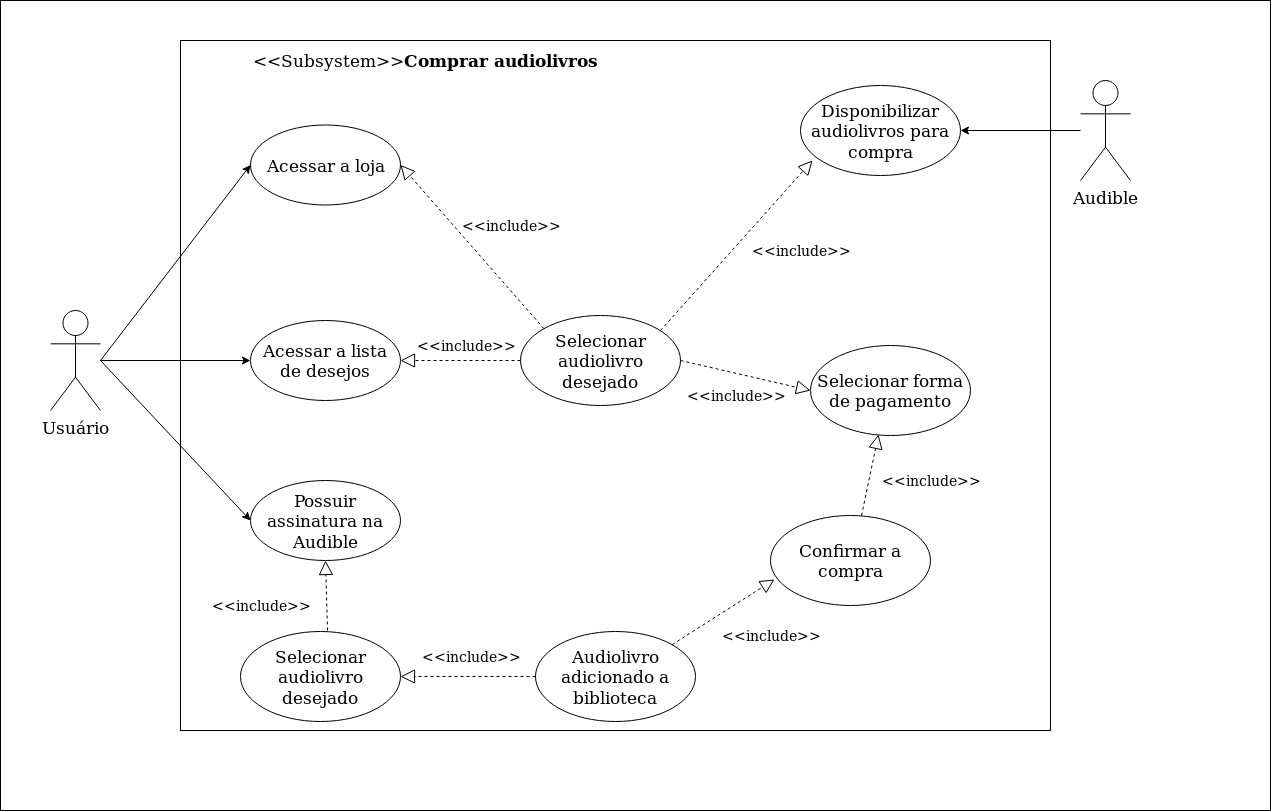
Above: CasosDeUso/UC2.png in Requisitos-de-Software/2019.2-Audible (draw.io), before the change. Source tidied: cells renumbered, new cells last; positions are measured from the earlier drawing's top-left corner, leaving out a move shared by most shapes.
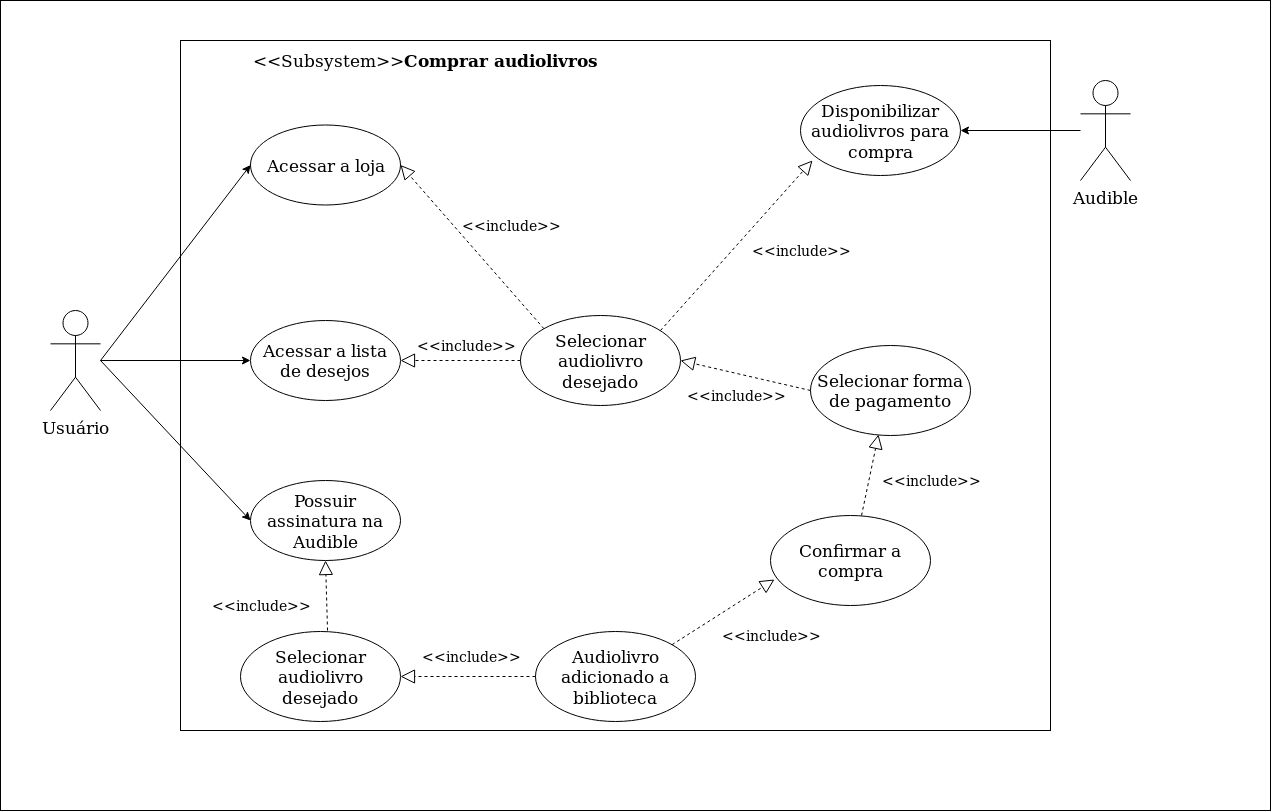
After the commit.

Commit message:
Correção de erro

Change to the diagram source:
```diff
@@ -89,7 +89,7 @@
     <mxCell id="28" value="&lt;font style=&quot;font-size: 17px&quot;&gt;Selecionar forma de pagamento&lt;/font&gt;" style="ellipse;whiteSpace=wrap;html=1;" parent="1" vertex="1">
       <mxGeometry x="810" y="345" width="160" height="90" as="geometry" />
     </mxCell>
-    <mxCell id="29" style="endArrow=block;dashed=1;endFill=0;endSize=12;html=1;exitX=1;exitY=0.5;exitDx=0;exitDy=0;entryX=0;entryY=0.5;entryDx=0;entryDy=0;" parent="1" edge="1" source="9" target="28">
+    <mxCell id="29" style="endArrow=block;dashed=1;endFill=0;endSize=12;html=1;exitX=0;exitY=0.5;exitDx=0;exitDy=0;entryX=1;entryY=0.5;entryDx=0;entryDy=0;" parent="1" edge="1" source="28" target="9">
       <mxGeometry relative="1" as="geometry" />
     </mxCell>
     <mxCell id="30" value="&lt;font style=&quot;font-size: 14px&quot;&gt;&amp;lt;&amp;lt;include&amp;gt;&amp;gt;&lt;/font&gt;" style="text;html=1;strokeColor=none;fillColor=none;align=center;verticalAlign=middle;whiteSpace=wrap;rounded=0;" parent="1" vertex="1">
```
